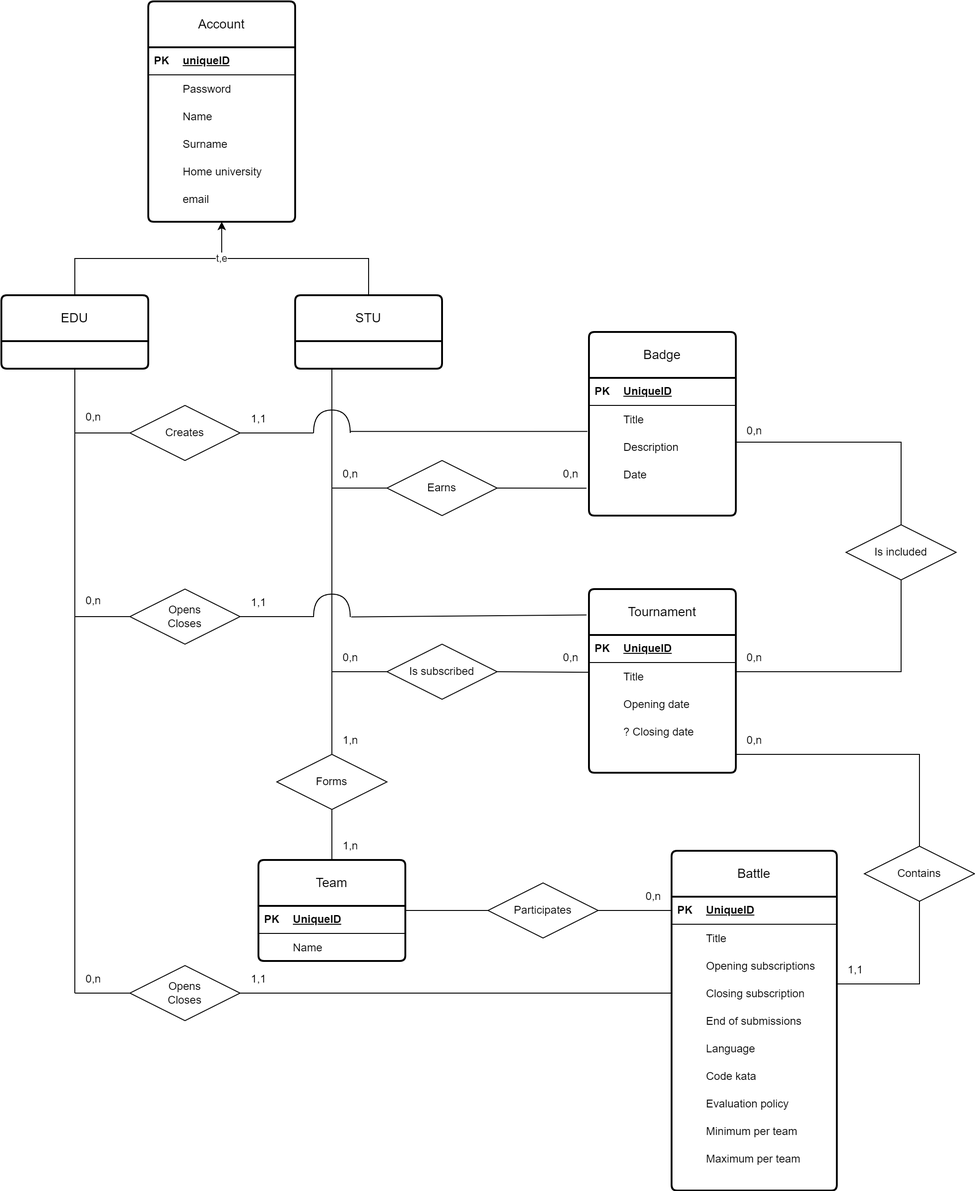
Before: DD/images/diagrams/er_diagram.png, a diagram exported from draw.io (pontig/sw-eng-2-PasiniPontiggiaStasi). Source tidied: cells renumbered, new cells last; positions are measured from the earlier drawing's top-left corner, leaving out a move shared by most shapes.
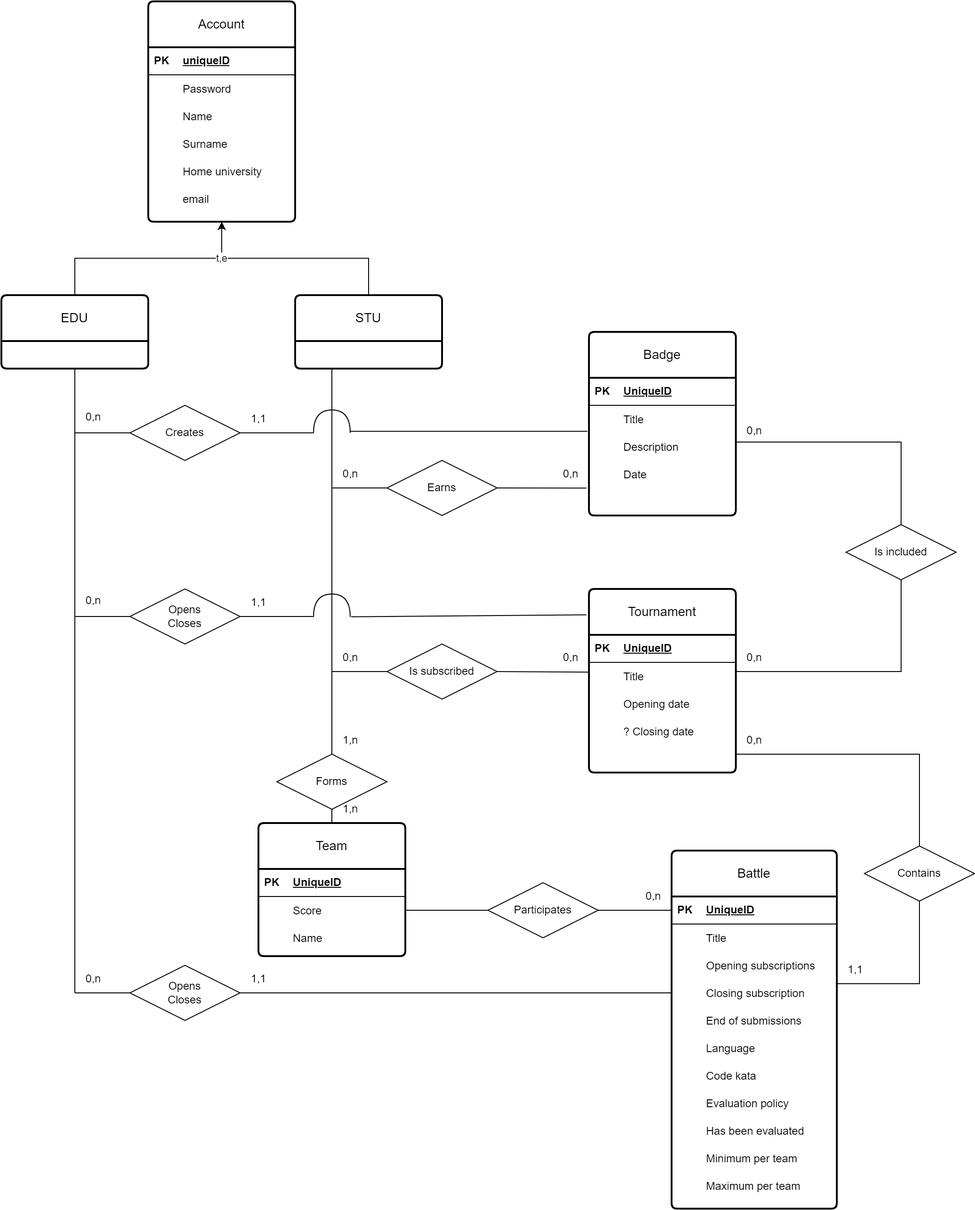
Above is the later version.

The edit, as a diff of the source:
```diff
@@ -171,10 +171,10 @@
       <mxGeometry x="420" y="700" width="120" height="60" as="geometry" />
     </mxCell>
     <mxCell id="58" value="Battle" style="swimlane;horizontal=1;startSize=50;rounded=1;fontSize=14;fontStyle=0;strokeWidth=2;shadow=0;dashed=0;align=center;arcSize=4;whiteSpace=wrap;html=1;" parent="1" vertex="1">
-      <mxGeometry x="730" y="925" width="180" height="370" as="geometry" />
+      <mxGeometry x="730" y="925" width="180" height="390" as="geometry" />
     </mxCell>
     <mxCell id="59" style="shape=table;startSize=0;rowLines=0;fontStyle=0;align=center;strokeColor=none;fillColor=none;" parent="58" vertex="1">
-      <mxGeometry y="50" width="180" height="320" as="geometry" />
+      <mxGeometry y="50" width="180" height="340" as="geometry" />
     </mxCell>
     <mxCell id="60" style="shape=tableRow;horizontal=0;startSize=0;swimlaneHead=0;swimlaneBody=0;fillColor=none;points=[[0,0.5],[1,0.5]];portConstraint=eastwest;top=0;left=0;right=0;bottom=1;" parent="59" vertex="1">
       <mxGeometry width="180" height="30" as="geometry" />
@@ -248,8 +248,17 @@
     <mxCell id="83" value="Evaluation policy" style="shape=partialRectangle;fillColor=none;top=0;left=0;bottom=0;right=0;align=left;spacingLeft=6;overflow=hidden;" parent="81" vertex="1">
       <mxGeometry x="30" width="150" height="30" as="geometry" />
     </mxCell>
+    <mxCell id="143" style="shape=tableRow;horizontal=0;startSize=0;swimlaneHead=0;swimlaneBody=0;fillColor=none;top=0;left=0;right=0;bottom=0;" parent="59" vertex="1">
+      <mxGeometry y="240" width="180" height="30" as="geometry" />
+    </mxCell>
+    <mxCell id="144" style="shape=partialRectangle;fillColor=none;top=0;left=0;bottom=0;right=0;overflow=hidden;" parent="143" vertex="1">
+      <mxGeometry width="30" height="30" as="geometry" />
+    </mxCell>
+    <mxCell id="145" value="Has been evaluated" style="shape=partialRectangle;fillColor=none;top=0;left=0;bottom=0;right=0;align=left;spacingLeft=6;overflow=hidden;" parent="143" vertex="1">
+      <mxGeometry x="30" width="150" height="30" as="geometry" />
+    </mxCell>
     <mxCell id="84" style="shape=tableRow;horizontal=0;startSize=0;swimlaneHead=0;swimlaneBody=0;fillColor=none;top=0;left=0;right=0;bottom=0;" parent="59" vertex="1">
-      <mxGeometry y="240" width="180" height="30" as="geometry" />
+      <mxGeometry y="270" width="180" height="30" as="geometry" />
     </mxCell>
     <mxCell id="85" style="shape=partialRectangle;fillColor=none;top=0;left=0;bottom=0;right=0;overflow=hidden;" parent="84" vertex="1">
       <mxGeometry width="30" height="30" as="geometry" />
@@ -258,7 +267,7 @@
       <mxGeometry x="30" width="150" height="30" as="geometry" />
     </mxCell>
     <mxCell id="87" style="shape=tableRow;horizontal=0;startSize=0;swimlaneHead=0;swimlaneBody=0;fillColor=none;top=0;left=0;right=0;bottom=0;" parent="59" vertex="1">
-      <mxGeometry y="270" width="180" height="30" as="geometry" />
+      <mxGeometry y="300" width="180" height="30" as="geometry" />
     </mxCell>
     <mxCell id="88" style="shape=partialRectangle;fillColor=none;top=0;left=0;bottom=0;right=0;overflow=hidden;" parent="87" vertex="1">
       <mxGeometry width="30" height="30" as="geometry" />
@@ -273,10 +282,10 @@
       <mxGeometry x="530" y="960" width="120" height="60" as="geometry" />
     </mxCell>
     <mxCell id="92" value="Team" style="swimlane;horizontal=1;startSize=50;rounded=1;fontSize=14;fontStyle=0;strokeWidth=2;shadow=0;dashed=0;align=center;arcSize=4;whiteSpace=wrap;html=1;" parent="1" vertex="1">
-      <mxGeometry x="280" y="935" width="160" height="110" as="geometry" />
+      <mxGeometry x="280" y="895" width="160" height="145" as="geometry" />
     </mxCell>
     <mxCell id="93" style="shape=table;startSize=0;rowLines=0;fontStyle=0;align=center;strokeColor=none;fillColor=none;" parent="92" vertex="1">
-      <mxGeometry y="50" width="160" height="60" as="geometry" />
+      <mxGeometry y="50" width="160" height="95" as="geometry" />
     </mxCell>
     <mxCell id="94" style="shape=tableRow;horizontal=0;startSize=0;swimlaneHead=0;swimlaneBody=0;fillColor=none;top=0;left=0;right=0;bottom=1;" parent="93" vertex="1">
       <mxGeometry width="160" height="30" as="geometry" />
@@ -287,8 +296,17 @@
     <mxCell id="96" value="UniqueID" style="shape=partialRectangle;fillColor=none;top=0;left=0;bottom=0;right=0;align=left;spacingLeft=6;fontStyle=5;overflow=hidden;whiteSpace=wrap;html=1;" parent="94" vertex="1">
       <mxGeometry x="30" width="130" height="30" as="geometry" />
     </mxCell>
+    <mxCell id="146" style="shape=tableRow;horizontal=0;startSize=0;swimlaneHead=0;swimlaneBody=0;fillColor=none;points=[[0,0.5],[1,0.5]];portConstraint=eastwest;top=0;left=0;right=0;bottom=0;" parent="93" vertex="1">
+      <mxGeometry y="30" width="160" height="30" as="geometry" />
+    </mxCell>
+    <mxCell id="147" style="shape=partialRectangle;fillColor=none;top=0;left=0;bottom=0;right=0;overflow=hidden;" parent="146" vertex="1">
+      <mxGeometry width="30" height="30" as="geometry" />
+    </mxCell>
+    <mxCell id="148" value="Score" style="shape=partialRectangle;fillColor=none;top=0;left=0;bottom=0;right=0;align=left;spacingLeft=6;overflow=hidden;" parent="146" vertex="1">
+      <mxGeometry x="30" width="130" height="30" as="geometry" />
+    </mxCell>
     <mxCell id="97" style="shape=tableRow;horizontal=0;startSize=0;swimlaneHead=0;swimlaneBody=0;fillColor=none;top=0;left=0;right=0;bottom=0;" parent="93" vertex="1">
-      <mxGeometry y="30" width="160" height="30" as="geometry" />
+      <mxGeometry y="60" width="160" height="30" as="geometry" />
     </mxCell>
     <mxCell id="98" style="shape=partialRectangle;fillColor=none;top=0;left=0;bottom=0;right=0;overflow=hidden;" parent="97" vertex="1">
       <mxGeometry width="30" height="30" as="geometry" />
@@ -342,7 +360,7 @@
     <mxCell id="109" style="endArrow=none;html=1;rounded=0;entryX=0.5;entryY=0;entryDx=0;entryDy=0;exitX=0.5;exitY=1;exitDx=0;exitDy=0;" parent="1" edge="1" source="100" target="92">
       <mxGeometry relative="1" as="geometry" />
     </mxCell>
-    <mxCell id="110" style="endArrow=none;html=1;rounded=0;exitX=1;exitY=0.5;exitDx=0;exitDy=0;entryX=0;entryY=0.5;entryDx=0;entryDy=0;" parent="1" edge="1" source="92" target="91">
+    <mxCell id="110" style="endArrow=none;html=1;rounded=0;exitX=1;exitY=0.5;exitDx=0;exitDy=0;entryX=0;entryY=0.5;entryDx=0;entryDy=0;" parent="1" edge="1" source="146" target="91">
       <mxGeometry relative="1" as="geometry" />
     </mxCell>
     <mxCell id="111" style="endArrow=none;html=1;rounded=0;entryX=1;entryY=0.5;entryDx=0;entryDy=0;exitX=0;exitY=0.5;exitDx=0;exitDy=0;" parent="1" edge="1" source="60" target="91">
@@ -443,7 +461,7 @@
       <mxGeometry x="690" y="960" width="40" height="30" as="geometry" />
     </mxCell>
     <mxCell id="138" value="1,n" style="text;html=1;align=center;verticalAlign=middle;strokeColor=none;fillColor=none;" parent="1" vertex="1">
-      <mxGeometry x="360" y="905" width="40" height="30" as="geometry" />
+      <mxGeometry x="360" y="865" width="40" height="30" as="geometry" />
     </mxCell>
     <mxCell id="139" value="0,n" style="text;html=1;align=center;verticalAlign=middle;strokeColor=none;fillColor=none;" parent="1" vertex="1">
       <mxGeometry x="800" y="453" width="40" height="30" as="geometry" />
```
